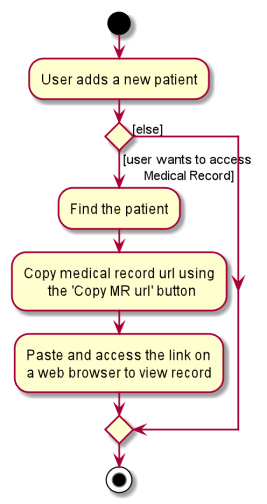
Earlier version of the PlantUML export docs/images/UML_Diagrams/MedicalRecordActivityDiagram.png (nus-cs2103-AY2021S1/tp). Its source is kept beside it as docs/diagrams/MedicalRecordActivityDiagram.puml.
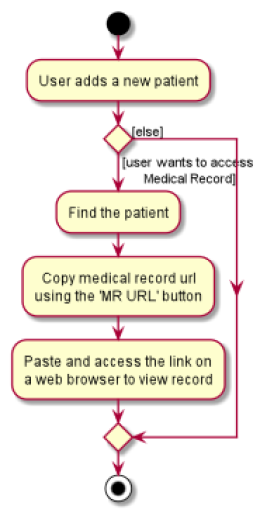
After the change.

The edit, as a diff of the source:
```diff
@@ -6,8 +6,8 @@
 if () then ([user wants to access
       Medical Record])
     :Find the patient;
-    :Copy medical record url using
-           the 'Copy MR url' button;
+    :  Copy medical record url
+    using the 'MR URL' button;
     :Paste and access the link on
     a web browser to view record;
 else ([else])
```
